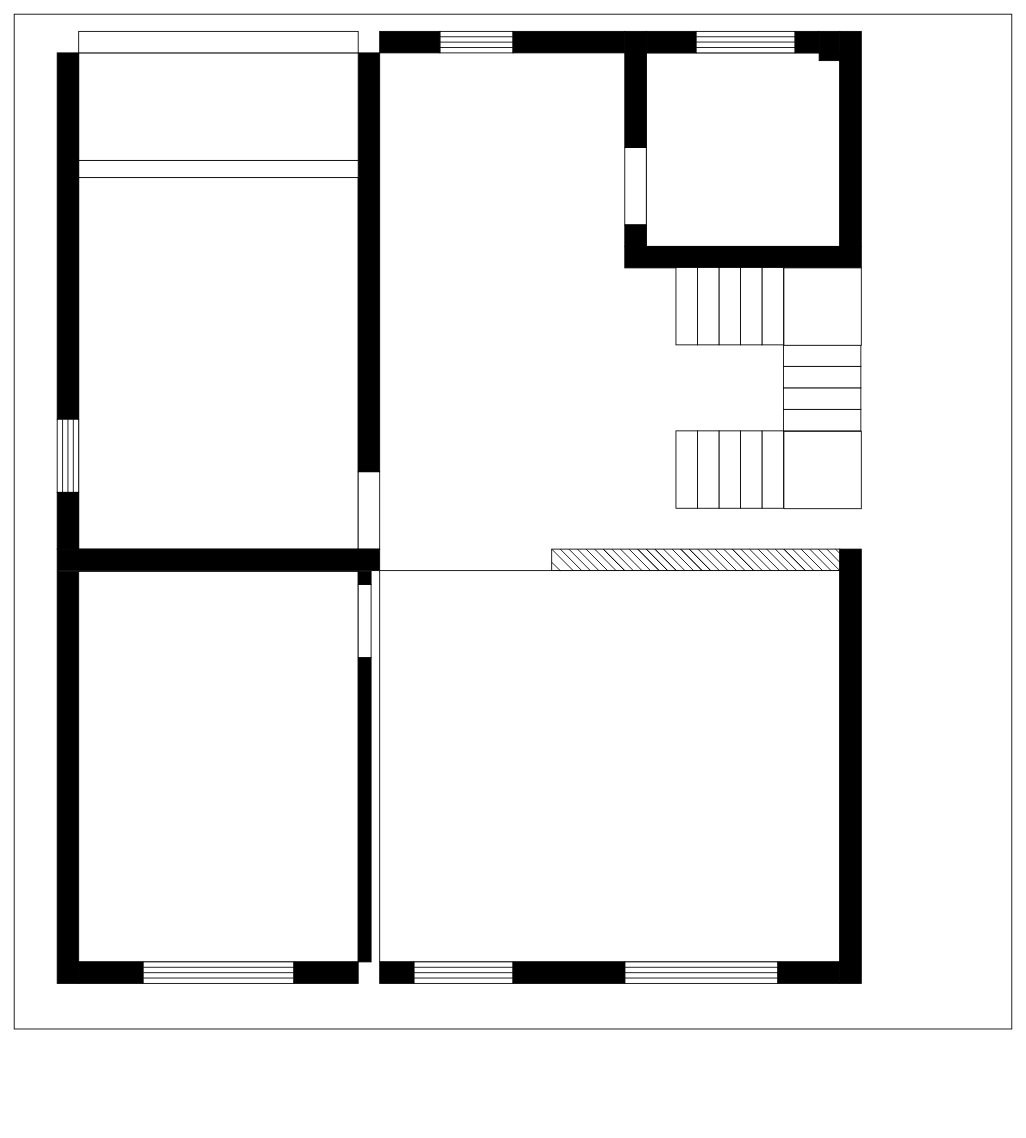
huangshijie/Drawio keeps this draw.io diagram as page "第 8 页" (9 of 12) of gushan.drawio. Above is the earlier version. Source tidied: cells renumbered, new cells numbered last; positions are measured from the earlier drawing's top-left corner, leaving out a move shared by most shapes. Both pictures are drawn from the tidied source at 86%, with x=0, y=0 at pixel (14, 14).
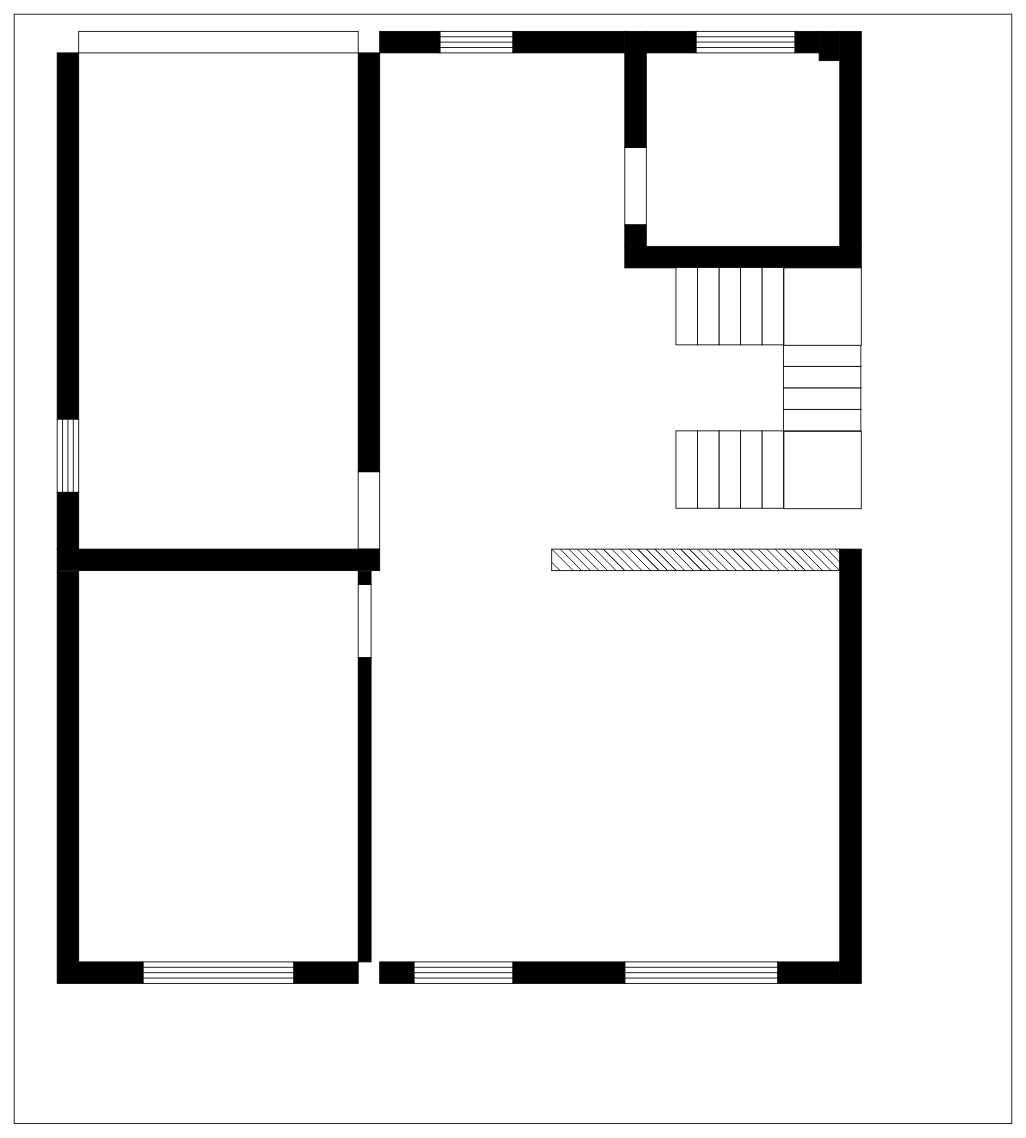
Above is the later version.

What changed in the source:
```diff
@@
     <mxCell id="2" style="rounded=0;whiteSpace=wrap;html=1;" parent="1" vertex="1">
-      <mxGeometry width="1160" height="1180" as="geometry" />
+      <mxGeometry width="1160" height="1290" as="geometry" />
     </mxCell>
@@
-    <mxCell id="9" style="rounded=0;whiteSpace=wrap;html=1;" parent="1" vertex="1">
-      <mxGeometry x="735" y="45" width="225" height="225" as="geometry" />
-    </mxCell>
@@
-    <mxCell id="22" style="rounded=0;whiteSpace=wrap;html=1;" parent="1" vertex="1">
-      <mxGeometry x="75" y="190" width="325" height="432" as="geometry" />
-    </mxCell>
@@
-    <mxCell id="25" style="rounded=0;whiteSpace=wrap;html=1;" parent="1" vertex="1">
-      <mxGeometry x="75" y="170" width="325" height="20" as="geometry" />
-    </mxCell>
-    <mxCell id="26" style="rounded=0;whiteSpace=wrap;html=1;" parent="1" vertex="1">
-      <mxGeometry x="75" y="45" width="325" height="125" as="geometry" />
-    </mxCell>
@@
-    <mxCell id="36" style="rounded=0;whiteSpace=wrap;html=1;" parent="1" vertex="1">
-      <mxGeometry x="75" y="648" width="325" height="454" as="geometry" />
-    </mxCell>
@@
-    <mxCell id="63" style="rounded=0;whiteSpace=wrap;html=1;" parent="1" vertex="1">
-      <mxGeometry x="425" y="647" width="535" height="455" as="geometry" />
-    </mxCell>
```
